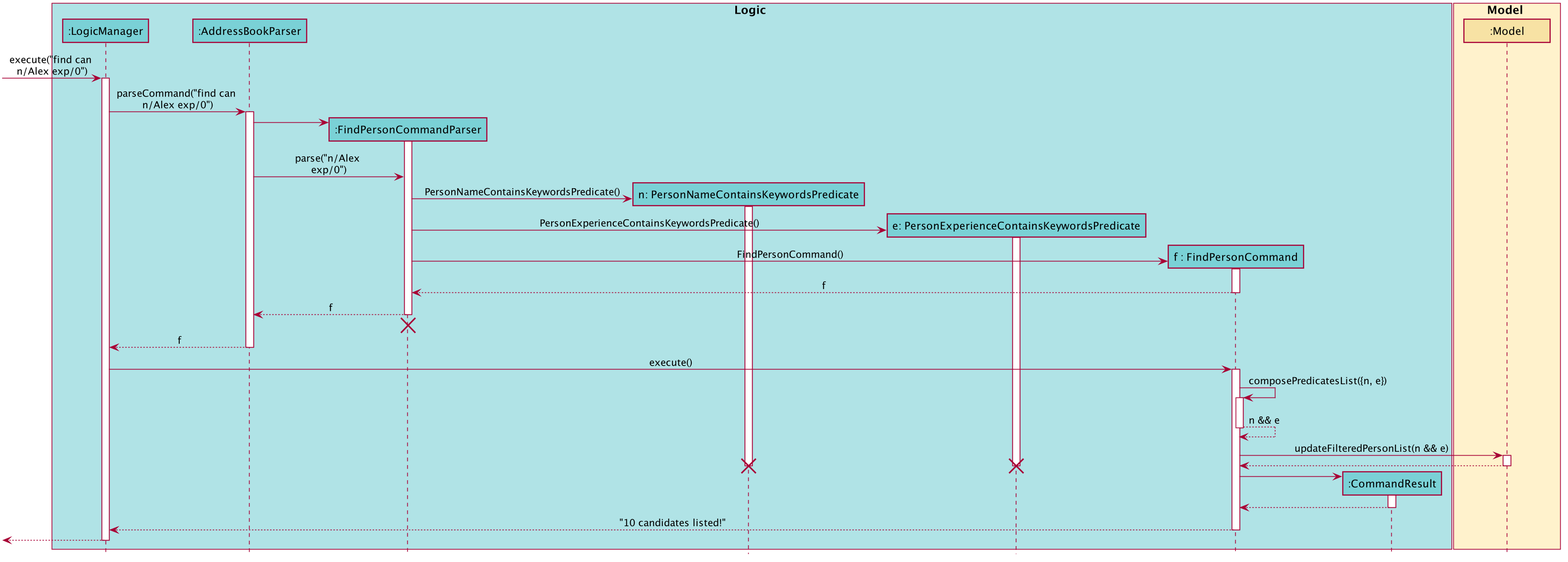
vanGoghhh/tp keeps this PlantUML diagram as docs/images/FindSequenceDiagram.png. Above is the earlier version.
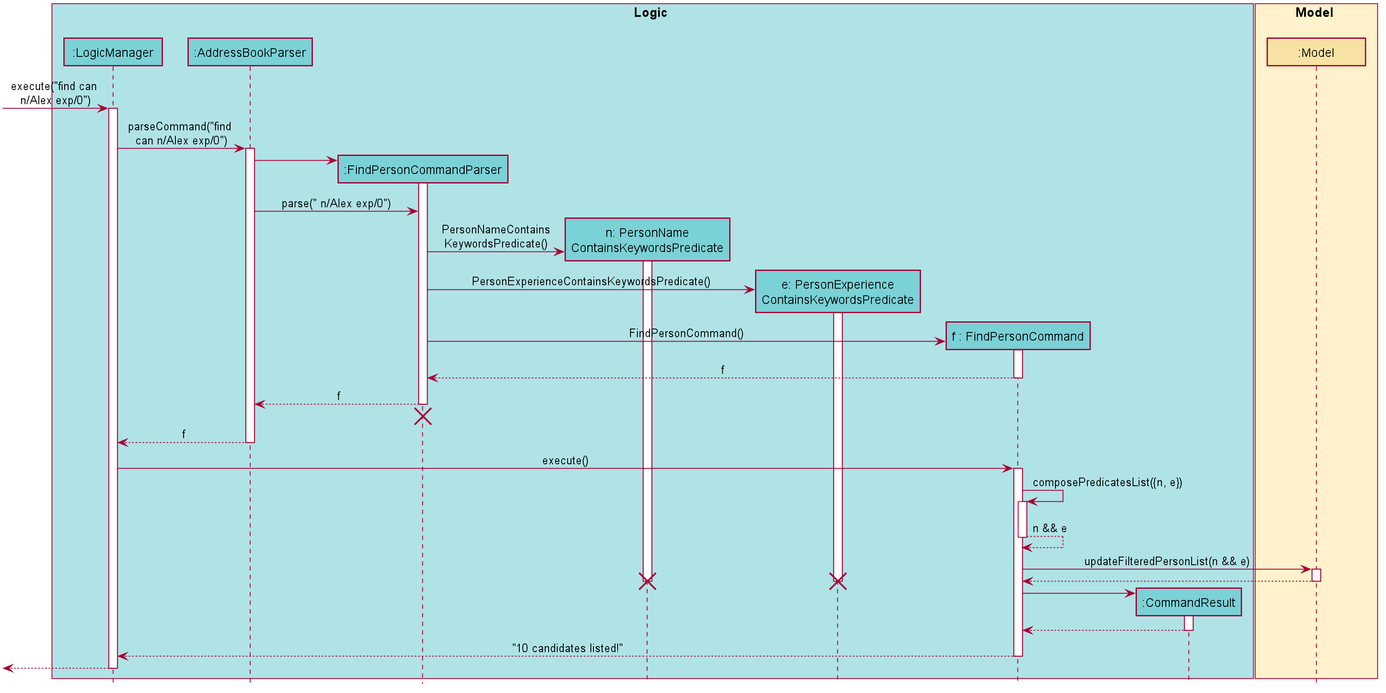
After the commit.

The edit, as a diff of the source:
```diff
@@ -47,14 +47,14 @@
 hide footbox
 hide members
 hide circle
-scale 1.75
+scale 2
 
 box Logic #B0E3E6
 participant ":LogicManager" as LogicManager #7AD1D6
 participant ":AddressBookParser" as AddressBookParser #7AD1D6
 participant ":FindPersonCommandParser" as FindPersonCommandParser #7AD1D6
-participant "n: PersonNameContainsKeywordsPredicate" as PersonNameContainsKeywordsPredicate #7AD1D6
-participant "e: PersonExperienceContainsKeywordsPredicate" as PersonExperienceContainsKeywordsPredicate #7AD1D6
+participant "n: PersonName\nContainsKeywordsPredicate" as PersonNameContainsKeywordsPredicate #7AD1D6
+participant "e: PersonExperience\nContainsKeywordsPredicate" as PersonExperienceContainsKeywordsPredicate #7AD1D6
 participant "f : FindPersonCommand" as FindPersonCommand #7AD1D6
 participant ":CommandResult" as CommandResult #7AD1D6
 
@@ -67,7 +67,7 @@
 [-> LogicManager : execute("find can \nn/Alex exp/0")
 activate LogicManager
 
-LogicManager -> AddressBookParser : parseCommand("find can \nn/Alex exp/0")
+LogicManager -> AddressBookParser : parseCommand("find \ncan n/Alex exp/0")
 activate AddressBookParser
 
 create FindPersonCommandParser
@@ -75,11 +75,11 @@
 activate FindPersonCommandParser
 
 
-AddressBookParser -> FindPersonCommandParser : parse("n/Alex \nexp/0")
+AddressBookParser -> FindPersonCommandParser : parse(" n/Alex exp/0")
 
 
 create PersonNameContainsKeywordsPredicate
-FindPersonCommandParser -> PersonNameContainsKeywordsPredicate : PersonNameContainsKeywordsPredicate()
+FindPersonCommandParser -> PersonNameContainsKeywordsPredicate : PersonNameContains\nKeywordsPredicate()
 activate PersonNameContainsKeywordsPredicate
 
 create PersonExperienceContainsKeywordsPredicate
```
